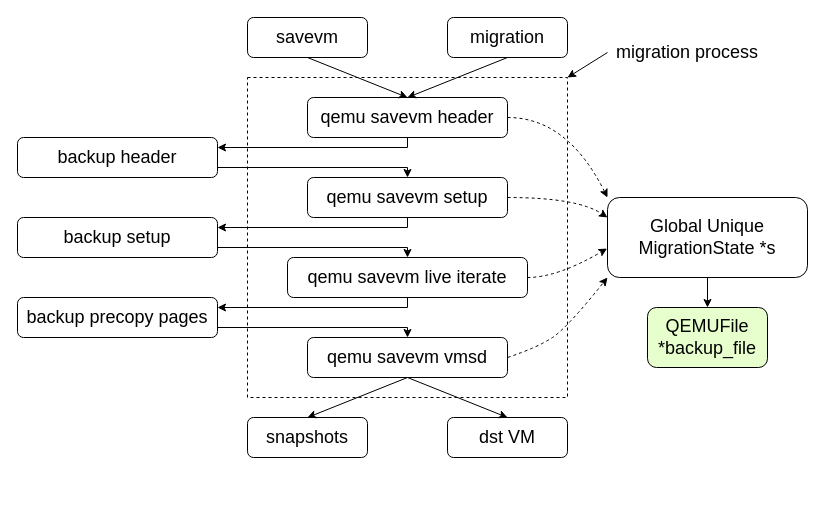
xuyizhe1999/drawio keeps this draw.io diagram as qemu-migration/postcopy backup activity diagram.drawio. Above is the earlier version. Source tidied: cells renumbered, new cells numbered last; positions are measured from the earlier drawing's top-left corner, leaving out a move shared by most shapes. Both pictures are drawn from the tidied source at 100%, with x=0, y=0 at pixel (17, 17). Pictures stored in the file or linked from it are replaced by grey dashed boxes.
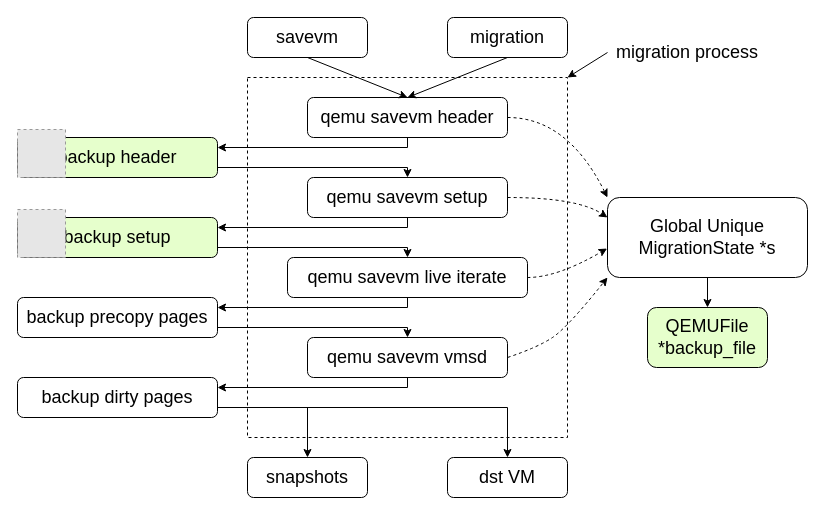
After the change.

What changed in the source:
```diff
@@
     <mxCell id="2" style="rounded=0;whiteSpace=wrap;html=1;fontSize=18;fontColor=#FF0000;dashed=1;fillColor=none;" parent="1" vertex="1">
-      <mxGeometry x="230" y="60" width="320" height="320" as="geometry" />
+      <mxGeometry x="230" y="60" width="320" height="360" as="geometry" />
     </mxCell>
@@
     <mxCell id="14" value="snapshots" style="rounded=1;whiteSpace=wrap;html=1;fontSize=18;" parent="1" vertex="1">
-      <mxGeometry x="230" y="400" width="120" height="40" as="geometry" />
+      <mxGeometry x="230" y="440" width="120" height="40" as="geometry" />
     </mxCell>
     <mxCell id="15" value="dst VM" style="rounded=1;whiteSpace=wrap;html=1;fontSize=18;" parent="1" vertex="1">
-      <mxGeometry x="430" y="400" width="120" height="40" as="geometry" />
+      <mxGeometry x="430" y="440" width="120" height="40" as="geometry" />
     </mxCell>
-    <mxCell id="16" style="endArrow=classic;html=1;rounded=0;fontSize=18;entryX=0.5;entryY=0;entryDx=0;entryDy=0;" parent="1" edge="1" target="14">
-      <mxGeometry relative="1" as="geometry">
-        <mxPoint x="390" y="360" as="sourcePoint" />
-      </mxGeometry>
-    </mxCell>
-    <mxCell id="17" style="endArrow=classic;html=1;rounded=0;fontSize=18;entryX=0.5;entryY=0;entryDx=0;entryDy=0;" parent="1" edge="1" target="15">
-      <mxGeometry relative="1" as="geometry">
-        <mxPoint x="390" y="360" as="sourcePoint" />
-      </mxGeometry>
-    </mxCell>
@@
-    <mxCell id="26" value="backup header" style="rounded=1;whiteSpace=wrap;html=1;fontSize=18;" parent="1" vertex="1">
+    <mxCell id="26" value="backup header" style="rounded=1;whiteSpace=wrap;html=1;fontSize=18;fillColor=#E6FFCC;" parent="1" vertex="1">
       <mxGeometry y="120" width="200" height="40" as="geometry" />
     </mxCell>
-    <mxCell id="27" value="backup setup" style="rounded=1;whiteSpace=wrap;html=1;fontSize=18;" parent="1" vertex="1">
+    <mxCell id="27" value="backup setup" style="rounded=1;whiteSpace=wrap;html=1;fontSize=18;fillColor=#E6FFCC;" parent="1" vertex="1">
       <mxGeometry y="200" width="200" height="40" as="geometry" />
     </mxCell>
@@
+    <mxCell id="33" style="edgeStyle=orthogonalEdgeStyle;rounded=0;jettySize=auto;html=1;exitX=1;exitY=0.75;exitDx=0;exitDy=0;entryX=0.5;entryY=0;entryDx=0;entryDy=0;fontSize=18;" parent="1" edge="1" source="35" target="14">
+      <mxGeometry relative="1" as="geometry" />
+    </mxCell>
+    <mxCell id="34" style="edgeStyle=orthogonalEdgeStyle;rounded=0;jettySize=auto;html=1;exitX=1;exitY=0.75;exitDx=0;exitDy=0;entryX=0.5;entryY=0;entryDx=0;entryDy=0;fontSize=18;" parent="1" edge="1" source="35" target="15">
+      <mxGeometry relative="1" as="geometry" />
+    </mxCell>
+    <mxCell id="35" value="backup dirty pages" style="rounded=1;whiteSpace=wrap;html=1;fontSize=18;" parent="1" vertex="1">
+      <mxGeometry y="360" width="200" height="40" as="geometry" />
+    </mxCell>
+    <mxCell id="36" style="edgeStyle=orthogonalEdgeStyle;rounded=0;orthogonalLoop=1;jettySize=auto;html=1;exitX=0.5;exitY=1;exitDx=0;exitDy=0;entryX=1;entryY=0.25;entryDx=0;entryDy=0;fontSize=18;" parent="1" edge="1">
+      <mxGeometry relative="1" as="geometry">
+        <mxPoint x="390" y="360" as="sourcePoint" />
+        <mxPoint x="200" y="370" as="targetPoint" />
+        <Array as="points">
+          <mxPoint x="390" y="370" />
+        </Array>
+      </mxGeometry>
+    </mxCell>
+    <mxCell id="37" style="fillColor=#E6E6E6;strokeColor=#999999;dashed=1;html=1;verticalAlign=top;verticalLabelPosition=bottom;labelBackgroundColor=#ffffff;fontSize=18;" parent="1" vertex="1">
+      <mxGeometry y="112" width="48" height="48" as="geometry" />
+    </mxCell>
+    <mxCell id="38" style="fillColor=#E6E6E6;strokeColor=#999999;dashed=1;html=1;verticalAlign=top;verticalLabelPosition=bottom;labelBackgroundColor=#ffffff;fontSize=18;" parent="1" vertex="1">
+      <mxGeometry y="192" width="48" height="48" as="geometry" />
+    </mxCell>
```
